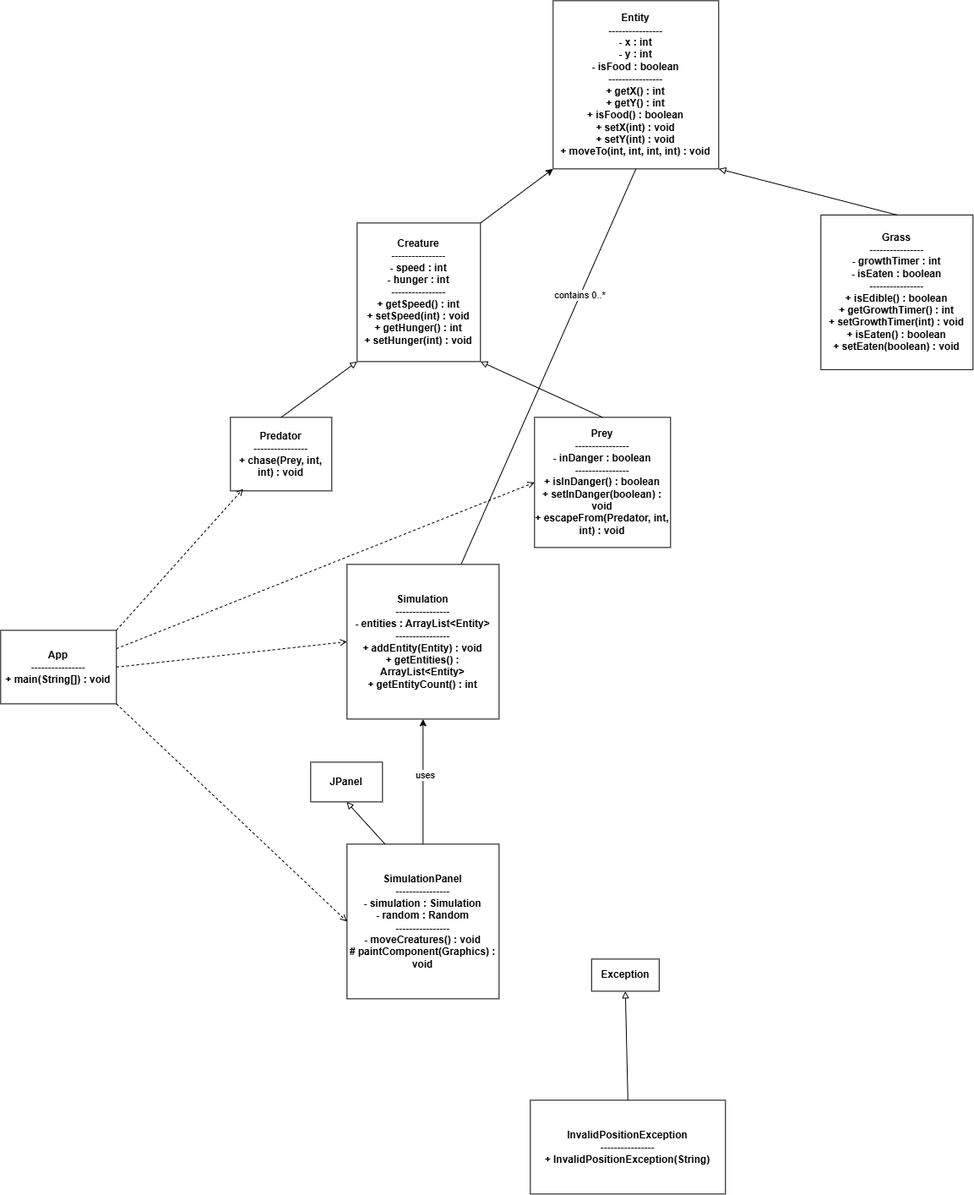
The draw.io diagram UML Diagram.drawio.png in farhan-nitrate07/comp2000predatorprey, before a commit. Source tidied: cells renumbered, new cells last; positions are measured from the earlier drawing's top-left corner, leaving out a move shared by most shapes.
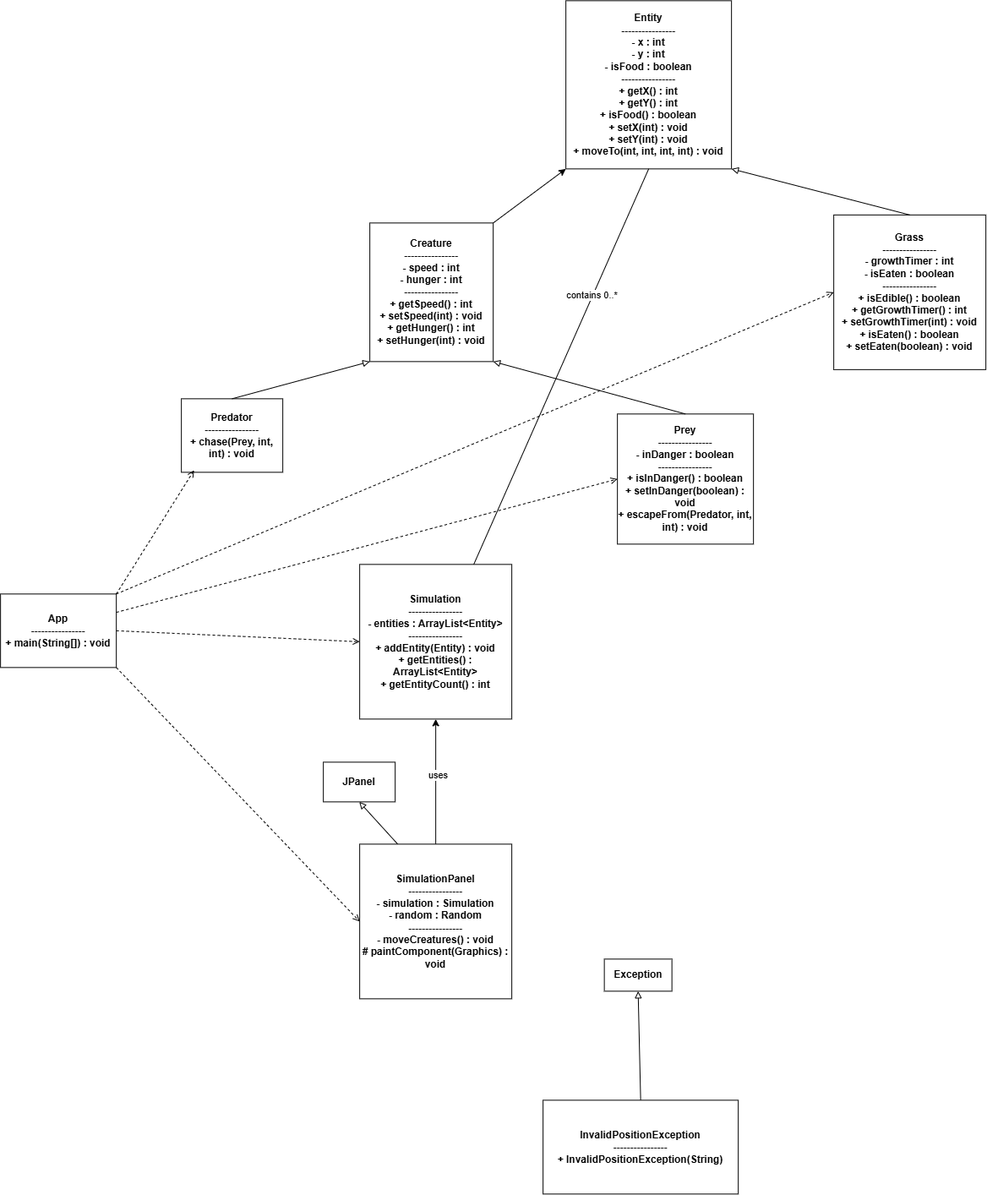
After the commit.

What changed in the source:
```diff
@@ -9,10 +9,10 @@
       <mxGeometry x="422" y="263" width="146" height="164" as="geometry" />
     </mxCell>
     <mxCell id="4" value="&lt;div&gt;&lt;b&gt;Predator&lt;/b&gt;&lt;/div&gt;&lt;div&gt;&lt;b&gt;----------------&lt;/b&gt;&lt;/div&gt;&lt;div&gt;&lt;b&gt;+ chase(Prey, int, int) : void&lt;/b&gt;&lt;/div&gt;" style="rounded=0;whiteSpace=wrap;html=1;" parent="1" vertex="1">
-      <mxGeometry x="272" y="493" width="120" height="87" as="geometry" />
+      <mxGeometry x="199" y="471" width="120" height="87" as="geometry" />
     </mxCell>
     <mxCell id="5" value="&lt;div&gt;&lt;b&gt;Prey&lt;/b&gt;&lt;/div&gt;&lt;div&gt;&lt;b&gt;----------------&lt;/b&gt;&lt;/div&gt;&lt;div&gt;&lt;b&gt;- inDanger : boolean&lt;/b&gt;&lt;/div&gt;&lt;div&gt;&lt;b&gt;----------------&lt;/b&gt;&lt;/div&gt;&lt;div&gt;&lt;b&gt;+ isInDanger() : boolean&lt;/b&gt;&lt;/div&gt;&lt;div&gt;&lt;b&gt;+ setInDanger(boolean) : void&lt;/b&gt;&lt;/div&gt;&lt;div&gt;&lt;b&gt;+ escapeFrom(Predator, int, int) : void&lt;/b&gt;&lt;/div&gt;" style="rounded=0;whiteSpace=wrap;html=1;" parent="1" vertex="1">
-      <mxGeometry x="632" y="493" width="161" height="154" as="geometry" />
+      <mxGeometry x="715" y="489" width="161" height="154" as="geometry" />
     </mxCell>
     <mxCell id="6" style="endArrow=block;html=1;rounded=0;entryX=0;entryY=1;entryDx=0;entryDy=0;exitX=0.5;exitY=0;exitDx=0;exitDy=0;endFill=0;" parent="1" edge="1" source="4" target="3">
       <mxGeometry relative="1" as="geometry" />
@@ -64,8 +64,11 @@
     <mxCell id="21" style="rounded=0;jettySize=auto;html=1;exitX=1;exitY=0.25;exitDx=0;exitDy=0;entryX=0;entryY=0.5;entryDx=0;entryDy=0;dashed=1;endArrow=open;endFill=0;" parent="1" edge="1" source="22" target="5">
       <mxGeometry relative="1" as="geometry" />
     </mxCell>
+    <mxCell id="28" style="rounded=0;jettySize=auto;html=1;exitX=1;exitY=0;exitDx=0;exitDy=0;entryX=0;entryY=0.5;entryDx=0;entryDy=0;dashed=1;endArrow=open;endFill=0;" parent="1" edge="1" source="22" target="9">
+      <mxGeometry relative="1" as="geometry" />
+    </mxCell>
     <mxCell id="22" value="&lt;div&gt;&lt;b&gt;App&lt;/b&gt;&lt;/div&gt;&lt;div&gt;&lt;b&gt;----------------&lt;/b&gt;&lt;/div&gt;&lt;div&gt;&lt;b&gt;+ main(String[]) : void&lt;/b&gt;&lt;/div&gt;" style="rounded=0;whiteSpace=wrap;html=1;" parent="1" vertex="1">
-      <mxGeometry y="745" width="137" height="87" as="geometry" />
+      <mxGeometry x="-15" y="702" width="137" height="87" as="geometry" />
     </mxCell>
     <mxCell id="23" style="rounded=0;jettySize=auto;html=1;exitX=0.5;exitY=0;exitDx=0;exitDy=0;entryX=0.5;entryY=1;entryDx=0;entryDy=0;endArrow=block;endFill=0;" parent="1" edge="1" source="24" target="26">
       <mxGeometry relative="1" as="geometry" />
```
